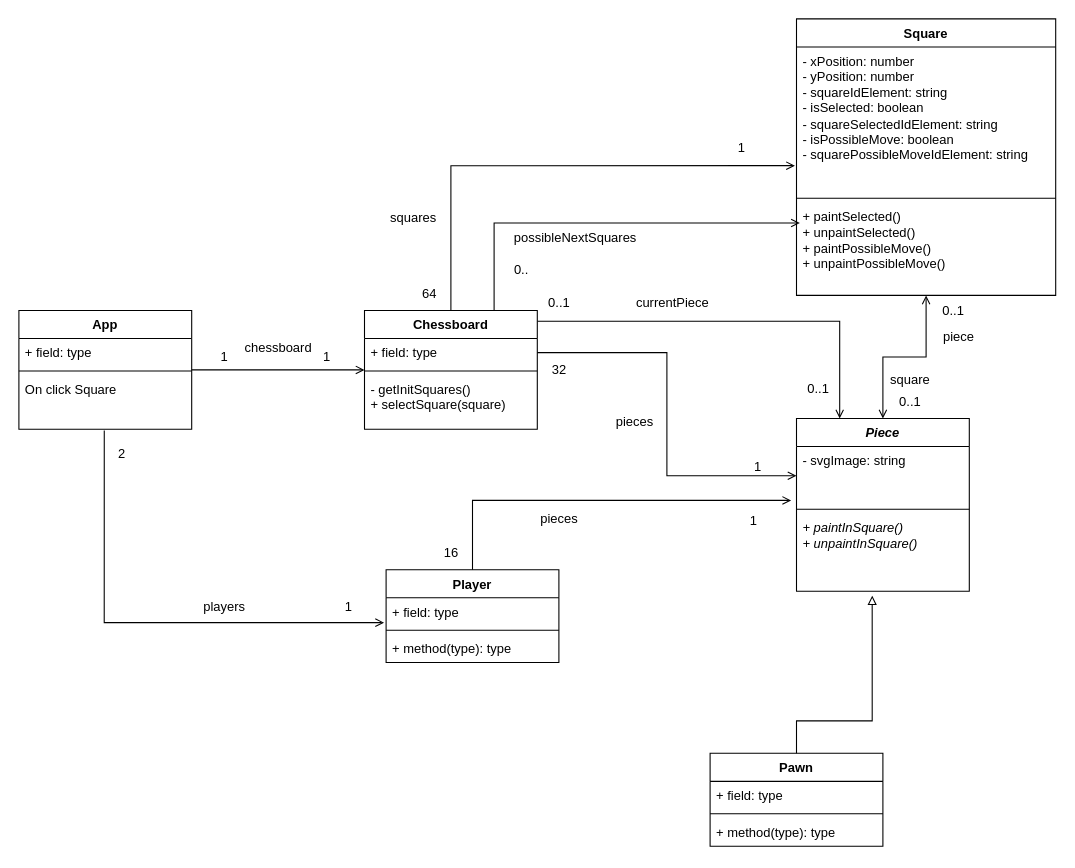
The draw.io diagram docs/class-diagram.drawio in AitorMelero/chess-game, before the edit. Source tidied: cells renumbered, new cells numbered last; positions are measured from the earlier drawing's top-left corner, leaving out a move shared by most shapes. Both pictures are drawn from the tidied source at 108%, with x=0, y=0 at pixel (18, 18).
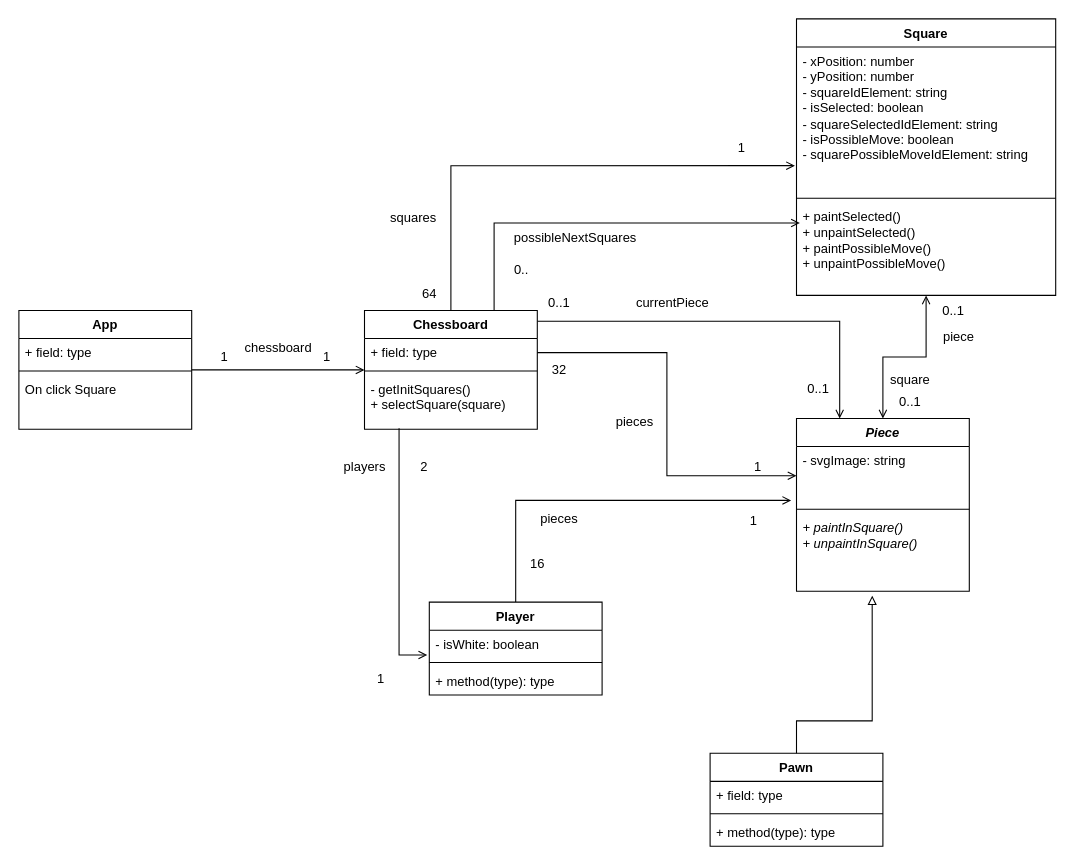
After the change.

Commit message (it also covers changes not shown here):
Doc: Avanzar en el diagrama de clases

Unchanged cells that the change refers to:
```xml
<mxCell id="6" value="- getInitSquares()&lt;br&gt;+ selectSquare(square)" style="text;strokeColor=none;fillColor=none;align=left;verticalAlign=top;spacingLeft=4;spacingRight=4;overflow=hidden;points=[[0,0.5],[1,0.5]];portConstraint=eastwest;whiteSpace=wrap;html=1;" parent="3" vertex="1">
  <mxGeometry y="60" width="160" height="50" as="geometry" />
</mxCell>
<mxCell id="40" value="On click Square" style="text;strokeColor=none;fillColor=none;align=left;verticalAlign=top;spacingLeft=4;spacingRight=4;overflow=hidden;points=[[0,0.5],[1,0.5]];portConstraint=eastwest;whiteSpace=wrap;html=1;" parent="37" vertex="1">
  <mxGeometry y="60" width="160" height="50" as="geometry" />
</mxCell>
```

What changed in the source:
```diff
@@
     <mxCell id="22" value="Player" style="swimlane;fontStyle=1;align=center;verticalAlign=top;horizontal=1;startSize=26;whiteSpace=wrap;html=1;" parent="1" vertex="1">
-      <mxGeometry x="340" y="510" width="160" height="86" as="geometry" />
+      <mxGeometry x="380" y="540" width="160" height="86" as="geometry" />
     </mxCell>
-    <mxCell id="23" value="+ field: type" style="text;strokeColor=none;fillColor=none;align=left;verticalAlign=top;spacingLeft=4;spacingRight=4;overflow=hidden;points=[[0,0.5],[1,0.5]];portConstraint=eastwest;whiteSpace=wrap;html=1;" parent="22" vertex="1">
+    <mxCell id="23" value="- isWhite: boolean" style="text;strokeColor=none;fillColor=none;align=left;verticalAlign=top;spacingLeft=4;spacingRight=4;overflow=hidden;points=[[0,0.5],[1,0.5]];portConstraint=eastwest;whiteSpace=wrap;html=1;" parent="22" vertex="1">
       <mxGeometry y="26" width="160" height="26" as="geometry" />
     </mxCell>
@@
-    <mxCell id="26" style="edgeStyle=orthogonalEdgeStyle;rounded=0;jettySize=auto;html=1;entryX=-0.012;entryY=0.885;entryDx=0;entryDy=0;entryPerimeter=0;endArrow=open;endFill=0;exitX=0.494;exitY=1.02;exitDx=0;exitDy=0;exitPerimeter=0;" parent="1" edge="1" source="40" target="23">
+    <mxCell id="26" style="edgeStyle=orthogonalEdgeStyle;rounded=0;jettySize=auto;html=1;entryX=-0.012;entryY=0.885;entryDx=0;entryDy=0;entryPerimeter=0;endArrow=open;endFill=0;exitX=0.2;exitY=0.98;exitDx=0;exitDy=0;exitPerimeter=0;" parent="1" edge="1" source="6" target="23">
       <mxGeometry relative="1" as="geometry" />
     </mxCell>
     <mxCell id="27" value="2" style="text;html=1;align=center;verticalAlign=middle;strokeColor=none;fillColor=none;" parent="1" vertex="1">
-      <mxGeometry x="80" y="388" width="30" height="30" as="geometry" />
+      <mxGeometry x="360" y="400" width="30" height="30" as="geometry" />
     </mxCell>
     <mxCell id="28" value="1" style="text;html=1;align=center;verticalAlign=middle;strokeColor=none;fillColor=none;" parent="1" vertex="1">
-      <mxGeometry x="290" y="530" width="30" height="30" as="geometry" />
+      <mxGeometry x="320" y="596" width="30" height="30" as="geometry" />
     </mxCell>
@@
     <mxCell id="30" value="16" style="text;html=1;align=center;verticalAlign=middle;strokeColor=none;fillColor=none;" parent="1" vertex="1">
-      <mxGeometry x="380" y="480" width="40" height="30" as="geometry" />
+      <mxGeometry x="460" y="490" width="40" height="30" as="geometry" />
     </mxCell>
@@
     <mxCell id="53" value="players" style="text;html=1;align=center;verticalAlign=middle;strokeColor=none;fillColor=none;" parent="1" vertex="1">
-      <mxGeometry x="160" y="530" width="60" height="30" as="geometry" />
+      <mxGeometry x="290" y="400" width="60" height="30" as="geometry" />
     </mxCell>
```
